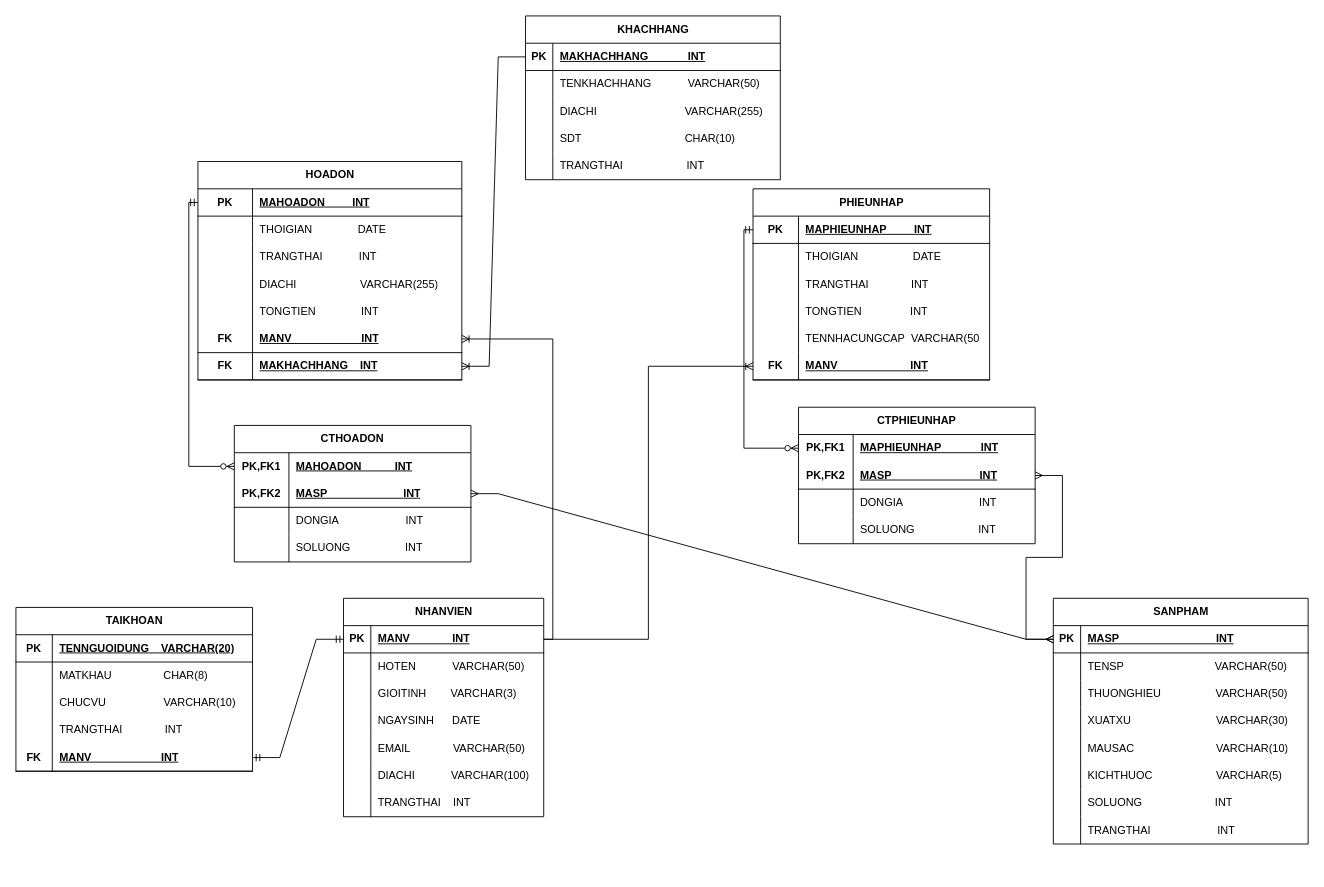
Earlier version of the draw.io diagram erd/quanlycuahangbanquanao.drawio (nvkdzvcl/Project_Java). Source tidied: cells renumbered, new cells numbered last; positions are measured from the earlier drawing's top-left corner, leaving out a move shared by most shapes. Both pictures are drawn from the tidied source at 91%, with x=0, y=0 at pixel (15, 15).
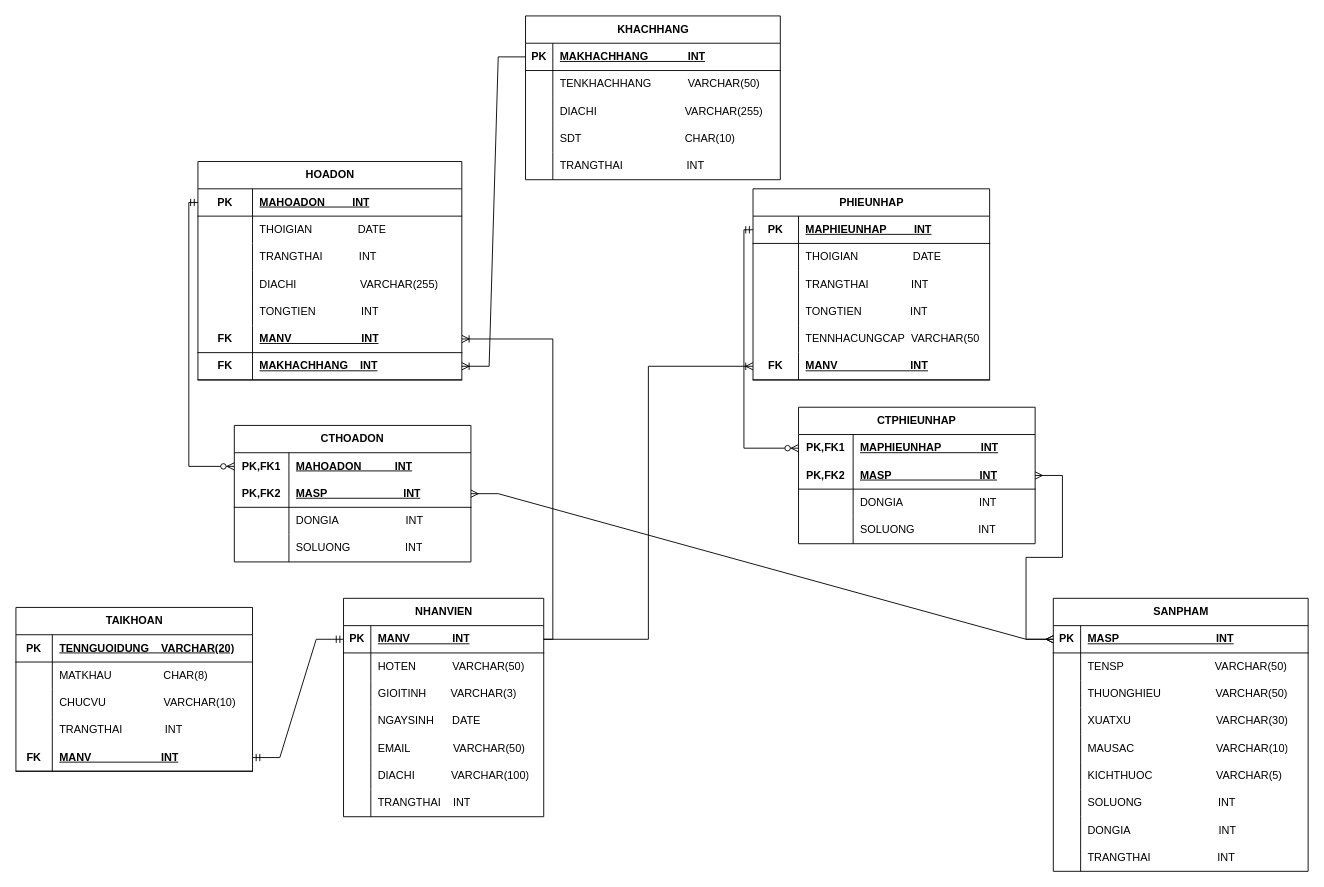
The same diagram, later.

The change refers to these unchanged cells:
```xml
<mxCell id="59" style="shape=tableRow;horizontal=0;startSize=0;swimlaneHead=0;swimlaneBody=0;fillColor=none;top=0;left=0;right=0;bottom=0;" parent="40" vertex="1">
  <mxGeometry y="210" width="280" height="30" as="geometry" />
</mxCell>
```

Change to the diagram source:
```diff
@@
     <mxCell id="40" value="SANPHAM" style="shape=table;startSize=30;childLayout=tableLayout;rowLines=0;fontStyle=1;align=center;html=1;" parent="1" vertex="1">
-      <mxGeometry x="1140" y="640" width="280" height="270" as="geometry" />
+      <mxGeometry x="1140" y="640" width="280" height="300" as="geometry" />
     </mxCell>
@@
-    <mxCell id="61" value="SOLUONG&amp;nbsp; &amp;nbsp; &amp;nbsp; &amp;nbsp; &amp;nbsp; &amp;nbsp; &amp;nbsp; &amp;nbsp; &amp;nbsp; &amp;nbsp; &amp;nbsp; &amp;nbsp; INT" style="shape=partialRectangle;fillColor=none;top=0;left=0;bottom=0;right=0;align=left;spacingLeft=6;overflow=hidden;whiteSpace=wrap;html=1;" parent="59" vertex="1">
+    <mxCell id="61" value="SOLUONG&amp;nbsp; &amp;nbsp; &amp;nbsp; &amp;nbsp; &amp;nbsp; &amp;nbsp; &amp;nbsp; &amp;nbsp; &amp;nbsp; &amp;nbsp; &amp;nbsp; &amp;nbsp; &amp;nbsp;INT" style="shape=partialRectangle;fillColor=none;top=0;left=0;bottom=0;right=0;align=left;spacingLeft=6;overflow=hidden;whiteSpace=wrap;html=1;" parent="59" vertex="1">
       <mxGeometry x="30" width="250" height="30" as="geometry" />
     </mxCell>
+    <mxCell id="156" style="shape=tableRow;horizontal=0;startSize=0;swimlaneHead=0;swimlaneBody=0;fillColor=none;top=0;left=0;right=0;bottom=0;" parent="40" vertex="1">
+      <mxGeometry y="240" width="280" height="30" as="geometry" />
+    </mxCell>
+    <mxCell id="157" style="shape=partialRectangle;fillColor=none;top=0;left=0;bottom=0;right=0;overflow=hidden;whiteSpace=wrap;html=1;" parent="156" vertex="1">
+      <mxGeometry width="30" height="30" as="geometry" />
+    </mxCell>
+    <mxCell id="158" value="DONGIA&amp;nbsp; &amp;nbsp; &amp;nbsp; &amp;nbsp; &amp;nbsp; &amp;nbsp; &amp;nbsp; &amp;nbsp; &amp;nbsp; &amp;nbsp; &amp;nbsp; &amp;nbsp; &amp;nbsp; &amp;nbsp; &amp;nbsp;INT" style="shape=partialRectangle;fillColor=none;top=0;left=0;bottom=0;right=0;align=left;spacingLeft=6;overflow=hidden;whiteSpace=wrap;html=1;" parent="156" vertex="1">
+      <mxGeometry x="30" width="250" height="30" as="geometry" />
+    </mxCell>
     <mxCell id="62" style="shape=tableRow;horizontal=0;startSize=0;swimlaneHead=0;swimlaneBody=0;fillColor=none;top=0;left=0;right=0;bottom=0;" parent="40" vertex="1">
-      <mxGeometry y="240" width="280" height="30" as="geometry" />
+      <mxGeometry y="270" width="280" height="30" as="geometry" />
     </mxCell>
```
